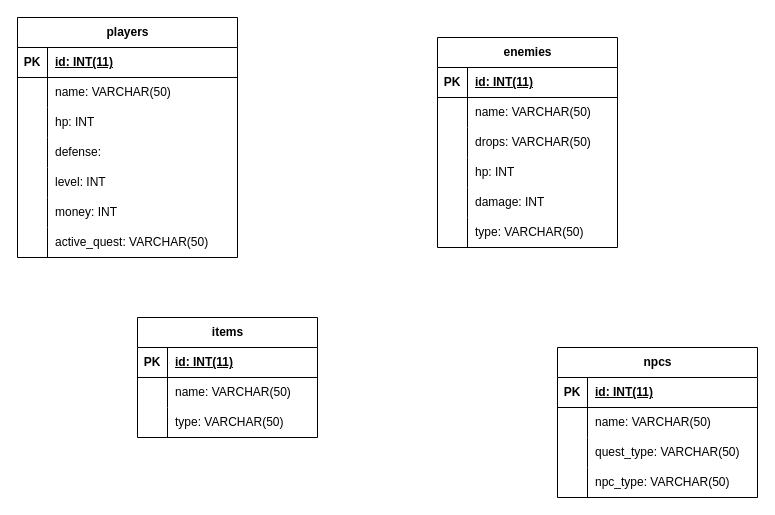
Above: wc_modelo_er.drawio in Rafael-Lourenco/WorldCleaners (draw.io), before the change. Source tidied: cells renumbered, new cells numbered last; positions are measured from the earlier drawing's top-left corner, leaving out a move shared by most shapes. Both pictures are drawn from the tidied source at 100%, with x=0, y=0 at pixel (17, 17).
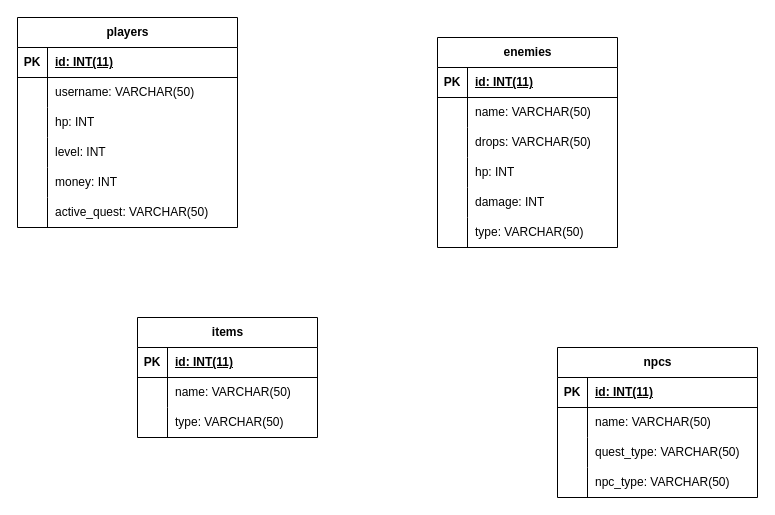
The same page after the edit.

The change refers to these unchanged cells:
```xml
<mxCell id="16" style="shape=tableRow;horizontal=0;startSize=0;swimlaneHead=0;swimlaneBody=0;fillColor=none;top=0;left=0;right=0;bottom=0;" parent="12" vertex="1">
  <mxGeometry y="60" width="220" height="30" as="geometry" />
</mxCell>
```

The edit, as a diff of the source:
```diff
@@
     <mxCell id="12" value="players" style="shape=table;startSize=30;childLayout=tableLayout;rowLines=0;fontStyle=1;align=center;html=1;" parent="1" vertex="1">
-      <mxGeometry width="220" height="240" as="geometry" />
+      <mxGeometry width="220" height="210" as="geometry" />
     </mxCell>
@@
-    <mxCell id="18" value="name: VARCHAR(50)" style="shape=partialRectangle;fillColor=none;top=0;left=0;bottom=0;right=0;align=left;spacingLeft=6;overflow=hidden;whiteSpace=wrap;html=1;" parent="16" vertex="1">
+    <mxCell id="18" value="username: VARCHAR(50)" style="shape=partialRectangle;fillColor=none;top=0;left=0;bottom=0;right=0;align=left;spacingLeft=6;overflow=hidden;whiteSpace=wrap;html=1;" parent="16" vertex="1">
       <mxGeometry x="30" width="190" height="30" as="geometry" />
     </mxCell>
@@
-    <mxCell id="22" style="shape=tableRow;horizontal=0;startSize=0;swimlaneHead=0;swimlaneBody=0;fillColor=none;top=0;left=0;right=0;bottom=0;" parent="12" vertex="1">
-      <mxGeometry y="120" width="220" height="30" as="geometry" />
-    </mxCell>
-    <mxCell id="23" style="shape=partialRectangle;fillColor=none;top=0;left=0;bottom=0;right=0;overflow=hidden;whiteSpace=wrap;html=1;" parent="22" vertex="1">
-      <mxGeometry width="30" height="30" as="geometry" />
-    </mxCell>
-    <mxCell id="24" value="defense:&amp;nbsp;" style="shape=partialRectangle;fillColor=none;top=0;left=0;bottom=0;right=0;align=left;spacingLeft=6;overflow=hidden;whiteSpace=wrap;html=1;" parent="22" vertex="1">
-      <mxGeometry x="30" width="190" height="30" as="geometry" />
-    </mxCell>
     <mxCell id="25" style="shape=tableRow;horizontal=0;startSize=0;swimlaneHead=0;swimlaneBody=0;fillColor=none;top=0;left=0;right=0;bottom=0;" parent="12" vertex="1">
-      <mxGeometry y="150" width="220" height="30" as="geometry" />
+      <mxGeometry y="120" width="220" height="30" as="geometry" />
     </mxCell>
@@
     <mxCell id="28" style="shape=tableRow;horizontal=0;startSize=0;swimlaneHead=0;swimlaneBody=0;fillColor=none;top=0;left=0;right=0;bottom=0;" parent="12" vertex="1">
-      <mxGeometry y="180" width="220" height="30" as="geometry" />
+      <mxGeometry y="150" width="220" height="30" as="geometry" />
     </mxCell>
@@
     <mxCell id="31" style="shape=tableRow;horizontal=0;startSize=0;swimlaneHead=0;swimlaneBody=0;fillColor=none;top=0;left=0;right=0;bottom=0;" parent="12" vertex="1">
-      <mxGeometry y="210" width="220" height="30" as="geometry" />
+      <mxGeometry y="180" width="220" height="30" as="geometry" />
     </mxCell>
```
